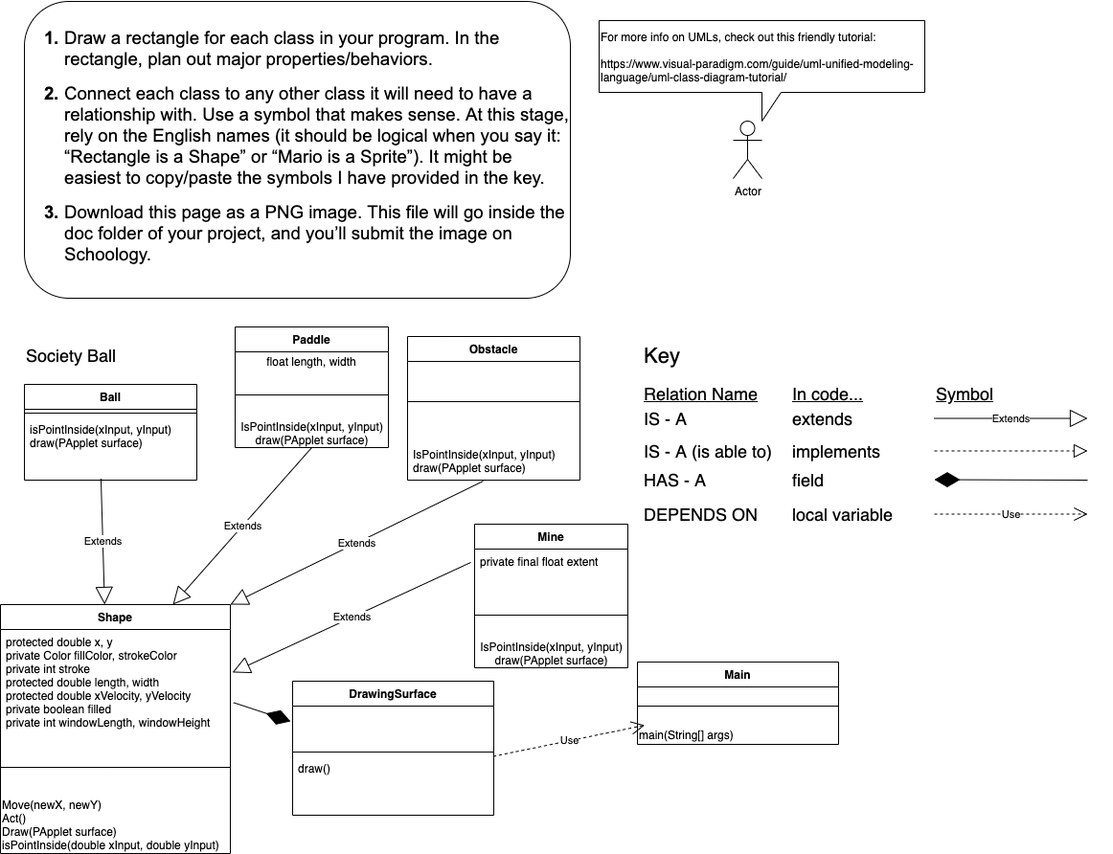
Earlier version of the draw.io export SocietyBall/doc/UML - SOCIETY BALL.png (HHSAPCompSci2020/capstone-project-society). Source tidied: cells renumbered, new cells last; positions are measured from the earlier drawing's top-left corner, leaving out a move shared by most shapes.
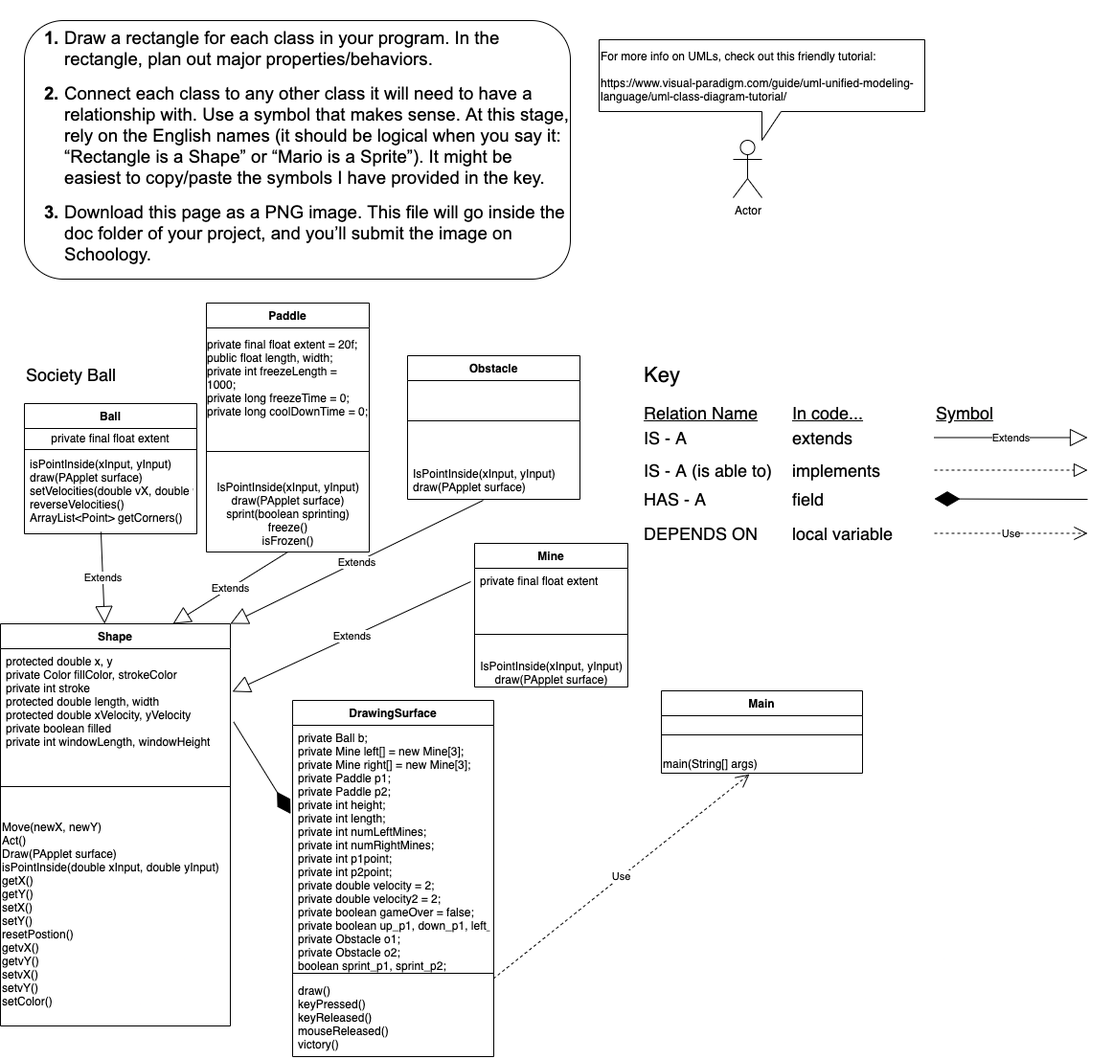
Above is the later version.

What changed in the source:
```diff
@@ -3,16 +3,19 @@
     <mxCell id="0" />
     <mxCell id="1" parent="0" />
     <mxCell id="2" value="Ball" style="swimlane;fontStyle=1;align=center;verticalAlign=top;horizontal=1;startSize=26;" parent="1" vertex="1">
-      <mxGeometry x="25" y="400" width="180" height="100" as="geometry" />
+      <mxGeometry x="25" y="400" width="180" height="136" as="geometry" />
     </mxCell>
+    <mxCell id="53" value="&lt;span style=&quot;text-align: left&quot;&gt;private final float extent&lt;/span&gt;" style="text;html=1;strokeColor=none;fillColor=none;align=center;verticalAlign=middle;whiteSpace=wrap;rounded=0;" parent="2" vertex="1">
+      <mxGeometry y="26" width="180" height="20" as="geometry" />
+    </mxCell>
     <mxCell id="3" style="line;strokeWidth=1;fillColor=none;align=left;verticalAlign=middle;spacingTop=-1;spacingLeft=3;spacingRight=3;labelPosition=right;" parent="2" vertex="1">
-      <mxGeometry y="26" width="180" height="8" as="geometry" />
+      <mxGeometry y="46" width="180" height="4" as="geometry" />
     </mxCell>
-    <mxCell id="4" value="isPointInside(xInput, yInput)&#10;draw(PApplet surface)" style="text;strokeColor=none;fillColor=none;align=left;verticalAlign=top;spacingLeft=4;spacingRight=4;overflow=hidden;points=[[0,0.5],[1,0.5]];portConstraint=eastwest;" parent="2" vertex="1">
-      <mxGeometry y="34" width="180" height="66" as="geometry" />
+    <mxCell id="4" value="isPointInside(xInput, yInput)&#10;draw(PApplet surface)&#10;setVelocities(double vX, double vY)&#10;reverseVelocities()&#10;ArrayList&lt;Point&gt; getCorners()" style="text;strokeColor=none;fillColor=none;align=left;verticalAlign=top;spacingLeft=4;spacingRight=4;overflow=hidden;points=[[0,0.5],[1,0.5]];portConstraint=eastwest;" parent="2" vertex="1">
+      <mxGeometry y="50" width="180" height="86" as="geometry" />
     </mxCell>
     <mxCell id="5" value="&lt;br&gt;&lt;br&gt;&lt;b style=&quot;font-weight: normal&quot; id=&quot;docs-internal-guid-c7d128cd-7fff-e6f1-a204-49fbba2cfa26&quot;&gt;&lt;ol style=&quot;margin-top: 0 ; margin-bottom: 0&quot;&gt;&lt;li dir=&quot;ltr&quot; style=&quot;list-style-type: decimal ; font-size: 14pt ; font-family: &amp;#34;arial&amp;#34; ; color: rgb(0 , 0 , 0) ; background-color: transparent ; font-weight: 700 ; font-style: normal ; font-variant: normal ; text-decoration: none ; vertical-align: baseline&quot;&gt;&lt;p dir=&quot;ltr&quot; style=&quot;line-height: 1.2 ; margin-top: 0pt ; margin-bottom: 0pt&quot;&gt;&lt;span style=&quot;font-size: 14pt ; font-family: &amp;#34;arial&amp;#34; ; color: rgb(0 , 0 , 0) ; background-color: transparent ; font-weight: 400 ; font-style: normal ; font-variant: normal ; text-decoration: none ; vertical-align: baseline&quot;&gt;Draw a rectangle for each class in your program. In the rectangle, plan out major properties/behaviors.&lt;/span&gt;&lt;/p&gt;&lt;/li&gt;&lt;/ol&gt;&lt;br&gt;&lt;ol style=&quot;margin-top: 0 ; margin-bottom: 0&quot; start=&quot;2&quot;&gt;&lt;li dir=&quot;ltr&quot; style=&quot;list-style-type: decimal ; font-size: 14pt ; font-family: &amp;#34;arial&amp;#34; ; color: rgb(0 , 0 , 0) ; background-color: transparent ; font-weight: 700 ; font-style: normal ; font-variant: normal ; text-decoration: none ; vertical-align: baseline&quot;&gt;&lt;p dir=&quot;ltr&quot; style=&quot;line-height: 1.2 ; margin-top: 0pt ; margin-bottom: 0pt&quot;&gt;&lt;span style=&quot;font-size: 14pt ; font-family: &amp;#34;arial&amp;#34; ; color: rgb(0 , 0 , 0) ; background-color: transparent ; font-weight: 400 ; font-style: normal ; font-variant: normal ; text-decoration: none ; vertical-align: baseline&quot;&gt;Connect each class to any other class it will need to have a relationship with. Use a symbol that makes sense. At this stage, rely on the English names (it should be logical when you say it: “Rectangle is a Shape” or “Mario is a Sprite”). It might be easiest to copy/paste the symbols I have provided in the key.&lt;/span&gt;&lt;/p&gt;&lt;/li&gt;&lt;/ol&gt;&lt;br&gt;&lt;ol style=&quot;margin-top: 0 ; margin-bottom: 0&quot; start=&quot;3&quot;&gt;&lt;li dir=&quot;ltr&quot; style=&quot;list-style-type: decimal ; font-size: 14pt ; font-family: &amp;#34;arial&amp;#34; ; color: rgb(0 , 0 , 0) ; background-color: transparent ; font-weight: 700 ; font-style: normal ; font-variant: normal ; text-decoration: none ; vertical-align: baseline&quot;&gt;&lt;p dir=&quot;ltr&quot; style=&quot;line-height: 1.2 ; margin-top: 0pt ; margin-bottom: 0pt&quot;&gt;&lt;span style=&quot;font-size: 14pt ; font-family: &amp;#34;arial&amp;#34; ; color: rgb(0 , 0 , 0) ; background-color: transparent ; font-weight: 400 ; font-style: normal ; font-variant: normal ; text-decoration: none ; vertical-align: baseline&quot;&gt;Download this page as a PNG image. This file will go inside the doc folder of your project, and you’ll submit the image on Schoology.&lt;/span&gt;&lt;/p&gt;&lt;/li&gt;&lt;/ol&gt;&lt;div&gt;&lt;font face=&quot;arial&quot;&gt;&lt;span style=&quot;font-size: 18.6667px&quot;&gt;&lt;br&gt;&lt;/span&gt;&lt;/font&gt;&lt;/div&gt;&lt;div&gt;&lt;br&gt;&lt;/div&gt;&lt;/b&gt;" style="rounded=1;whiteSpace=wrap;html=1;align=left;" parent="1" vertex="1">
-      <mxGeometry x="25" width="570" height="310" as="geometry" />
+      <mxGeometry x="25" width="570" height="270" as="geometry" />
     </mxCell>
     <mxCell id="6" value="Actor" style="shape=umlActor;verticalLabelPosition=bottom;verticalAlign=top;html=1;align=left;" parent="1" vertex="1">
       <mxGeometry x="765" y="125" width="30" height="60" as="geometry" />
@@ -21,7 +24,7 @@
       <mxGeometry x="625" y="20" width="340" height="105" as="geometry" />
     </mxCell>
     <mxCell id="8" value="Shape" style="swimlane;fontStyle=1;align=center;verticalAlign=top;horizontal=1;startSize=26;" parent="1" vertex="1">
-      <mxGeometry y="630" width="240" height="260" as="geometry" />
+      <mxGeometry y="630" width="240" height="420" as="geometry" />
     </mxCell>
     <mxCell id="9" value="Extends" style="endArrow=block;endSize=16;endFill=0;html=1;entryX=0.25;entryY=1;entryDx=0;entryDy=0;exitX=0.444;exitY=0.976;exitDx=0;exitDy=0;exitPerimeter=0;" parent="8" edge="1" source="4">
       <mxGeometry relative="1" as="geometry">
@@ -34,8 +37,8 @@
     <mxCell id="11" style="line;strokeWidth=1;fillColor=none;align=left;verticalAlign=middle;spacingTop=-1;spacingLeft=3;spacingRight=3;labelPosition=right;" parent="8" vertex="1">
       <mxGeometry y="140" width="240" height="60" as="geometry" />
     </mxCell>
-    <mxCell id="12" value="&lt;span&gt;Move(newX, newY)&lt;br&gt;Act()&lt;br&gt;Draw(PApplet surface)&lt;br&gt;isPointInside(double xInput, double yInput)&lt;/span&gt;" style="text;html=1;align=left;verticalAlign=middle;strokeColor=none;" parent="8" vertex="1">
-      <mxGeometry y="200" width="240" height="60" as="geometry" />
+    <mxCell id="12" value="&lt;span&gt;Move(newX, newY)&lt;br&gt;Act()&lt;br&gt;Draw(PApplet surface)&lt;br&gt;isPointInside(double xInput, double yInput)&lt;br&gt;getX()&lt;br&gt;getY()&lt;br&gt;setX()&lt;br&gt;setY()&lt;br&gt;resetPostion()&lt;br&gt;getvX()&lt;br&gt;getvY()&lt;br&gt;setvX()&lt;br&gt;setvY()&lt;br&gt;setColor()&lt;br&gt;&lt;br&gt;&lt;/span&gt;" style="text;html=1;align=left;verticalAlign=middle;strokeColor=none;" parent="8" vertex="1">
+      <mxGeometry y="200" width="240" height="220" as="geometry" />
     </mxCell>
     <mxCell id="13" value="Mine" style="swimlane;fontStyle=1;align=center;verticalAlign=top;horizontal=1;startSize=26;" parent="1" vertex="1">
       <mxGeometry x="495" y="546" width="160" height="150" as="geometry" />
@@ -50,16 +53,16 @@
       <mxGeometry y="120" width="160" height="30" as="geometry" />
     </mxCell>
     <mxCell id="17" value="DrawingSurface" style="swimlane;fontStyle=1;align=center;verticalAlign=top;horizontal=1;startSize=26;direction=east;" parent="1" vertex="1">
-      <mxGeometry x="305" y="710" width="210" height="140" as="geometry" />
+      <mxGeometry x="305" y="710" width="210" height="372" as="geometry" />
     </mxCell>
-    <mxCell id="18" value=" " style="text;strokeColor=none;fillColor=none;align=left;verticalAlign=top;spacingLeft=4;spacingRight=4;overflow=hidden;points=[[0,0.5],[1,0.5]];portConstraint=eastwest;" parent="17" vertex="1">
-      <mxGeometry y="26" width="210" height="44" as="geometry" />
+    <mxCell id="18" value="private Ball b;&#10;&#9;private Mine left[] = new Mine[3];&#10;&#9;private Mine right[] = new Mine[3];&#10;&#9;private Paddle p1;&#10;&#9;private Paddle p2;&#10;&#9;private int height;&#10;&#9;private int length;&#10;&#9;private int numLeftMines;&#10;&#9;private int numRightMines;&#10;&#9;private int p1point;&#10;&#9;private int p2point;&#10;&#9;private double velocity = 2;&#10;&#9;private double velocity2 = 2;&#10;&#9;private boolean gameOver = false;&#10;&#9;private boolean up_p1, down_p1, left_p1, right_p1, up_p2, down_p2, left_p2, right_p2;&#10;&#9;private Obstacle o1;&#10;&#9;private Obstacle o2;&#10;&#9;boolean sprint_p1, sprint_p2;" style="text;strokeColor=none;fillColor=none;align=left;verticalAlign=top;spacingLeft=4;spacingRight=4;overflow=hidden;points=[[0,0.5],[1,0.5]];portConstraint=eastwest;" parent="17" vertex="1">
+      <mxGeometry y="26" width="210" height="254" as="geometry" />
     </mxCell>
     <mxCell id="19" style="line;strokeWidth=1;fillColor=none;align=left;verticalAlign=middle;spacingTop=-1;spacingLeft=3;spacingRight=3;labelPosition=right;" parent="17" vertex="1">
-      <mxGeometry y="70" width="210" height="8" as="geometry" />
+      <mxGeometry y="280" width="210" height="10" as="geometry" />
     </mxCell>
-    <mxCell id="20" value="draw()" style="text;strokeColor=none;fillColor=none;align=left;verticalAlign=top;spacingLeft=4;spacingRight=4;overflow=hidden;points=[[0,0.5],[1,0.5]];portConstraint=eastwest;" parent="17" vertex="1">
-      <mxGeometry y="78" width="210" height="62" as="geometry" />
+    <mxCell id="20" value="draw()&#10;keyPressed()&#10;keyReleased()&#10;mouseReleased()&#10;victory()" style="text;strokeColor=none;fillColor=none;align=left;verticalAlign=top;spacingLeft=4;spacingRight=4;overflow=hidden;points=[[0,0.5],[1,0.5]];portConstraint=eastwest;" parent="17" vertex="1">
+      <mxGeometry y="290" width="210" height="82" as="geometry" />
     </mxCell>
     <mxCell id="21" value="&lt;font style=&quot;font-size: 18px&quot;&gt;Society Ball&lt;/font&gt;" style="text;html=1;align=left;verticalAlign=middle;strokeColor=none;" parent="1" vertex="1">
       <mxGeometry x="25" y="360" width="110" height="20" as="geometry" />
@@ -125,19 +128,19 @@
       </mxGeometry>
     </mxCell>
     <mxCell id="38" value="Paddle" style="swimlane;fontStyle=1;align=center;verticalAlign=top;horizontal=1;startSize=26;" parent="1" vertex="1">
-      <mxGeometry x="245" y="340" width="160" height="126" as="geometry" />
+      <mxGeometry x="215" y="295" width="170" height="260" as="geometry" />
     </mxCell>
-    <mxCell id="39" value="float length, width" style="text;html=1;strokeColor=none;fillColor=none;align=center;verticalAlign=middle;whiteSpace=wrap;rounded=0;" parent="38" vertex="1">
-      <mxGeometry y="26" width="160" height="20" as="geometry" />
+    <mxCell id="39" value="&lt;div style=&quot;text-align: left&quot;&gt;&lt;span&gt;&#9;&lt;/span&gt;private final float extent = 20f;&lt;/div&gt;&lt;div style=&quot;text-align: left&quot;&gt;&lt;span&gt;&#9;&lt;/span&gt;public float length, width;&lt;/div&gt;&lt;div style=&quot;text-align: left&quot;&gt;&lt;span&gt;&#9;&lt;/span&gt;private int freezeLength = 1000;&lt;/div&gt;&lt;div style=&quot;text-align: left&quot;&gt;&lt;span&gt;&#9;&lt;/span&gt;private long freezeTime = 0;&lt;/div&gt;&lt;div style=&quot;text-align: left&quot;&gt;&lt;span&gt;&#9;&lt;/span&gt;private long coolDownTime = 0;&lt;/div&gt;" style="text;html=1;strokeColor=none;fillColor=none;align=center;verticalAlign=middle;whiteSpace=wrap;rounded=0;" parent="38" vertex="1">
+      <mxGeometry y="26" width="170" height="104" as="geometry" />
     </mxCell>
     <mxCell id="40" style="line;strokeWidth=1;fillColor=none;align=left;verticalAlign=middle;spacingTop=-1;spacingLeft=3;spacingRight=3;labelPosition=right;" parent="38" vertex="1">
-      <mxGeometry y="46" width="160" height="50" as="geometry" />
+      <mxGeometry y="130" width="170" height="50" as="geometry" />
     </mxCell>
-    <mxCell id="41" value="&lt;span style=&quot;text-align: left&quot;&gt;IsPointInside(xInput, yInput)&lt;/span&gt;&lt;br style=&quot;padding: 0px ; margin: 0px ; text-align: left&quot;&gt;&lt;span style=&quot;text-align: left&quot;&gt;draw(PApplet surface)&lt;/span&gt;" style="text;html=1;align=center;verticalAlign=middle;strokeColor=none;" parent="38" vertex="1">
-      <mxGeometry y="96" width="160" height="30" as="geometry" />
+    <mxCell id="41" value="&lt;span style=&quot;text-align: left&quot;&gt;IsPointInside(xInput, yInput)&lt;/span&gt;&lt;br style=&quot;padding: 0px ; margin: 0px ; text-align: left&quot;&gt;&lt;span style=&quot;text-align: left&quot;&gt;draw(PApplet surface)&lt;br&gt;sprint(boolean sprinting)&lt;br&gt;freeze()&lt;br&gt;isFrozen()&lt;br&gt;&lt;/span&gt;" style="text;html=1;align=center;verticalAlign=middle;strokeColor=none;" parent="38" vertex="1">
+      <mxGeometry y="180" width="170" height="80" as="geometry" />
     </mxCell>
     <mxCell id="42" value="Main" style="swimlane;fontStyle=1;align=center;verticalAlign=top;horizontal=1;startSize=26;" parent="1" vertex="1">
-      <mxGeometry x="665" y="690" width="210" height="86" as="geometry" />
+      <mxGeometry x="690" y="700" width="210" height="86" as="geometry" />
     </mxCell>
     <mxCell id="43" style="line;strokeWidth=1;fillColor=none;align=left;verticalAlign=middle;spacingTop=-1;spacingLeft=3;spacingRight=3;labelPosition=right;points=[];portConstraint=eastwest;" parent="42" vertex="1">
       <mxGeometry y="26" width="210" height="40" as="geometry" />
@@ -166,7 +169,7 @@
     <mxCell id="51" value="Extends" style="endArrow=block;endSize=16;endFill=0;html=1;entryX=0.75;entryY=0;entryDx=0;entryDy=0;exitX=0.5;exitY=1;exitDx=0;exitDy=0;" parent="1" edge="1" source="38" target="8">
       <mxGeometry relative="1" as="geometry" />
     </mxCell>
-    <mxCell id="52" value="Use" style="endArrow=open;endSize=12;dashed=1;html=1;exitX=0.998;exitY=0.008;exitDx=0;exitDy=0;exitPerimeter=0;" parent="1" edge="1" source="20" target="43">
+    <mxCell id="52" value="Use" style="endArrow=open;endSize=12;dashed=1;html=1;exitX=0.998;exitY=0.008;exitDx=0;exitDy=0;exitPerimeter=0;entryX=0.438;entryY=1.05;entryDx=0;entryDy=0;entryPerimeter=0;" parent="1" edge="1" source="20" target="44">
       <mxGeometry relative="1" as="geometry" />
     </mxCell>
   </root>
```
